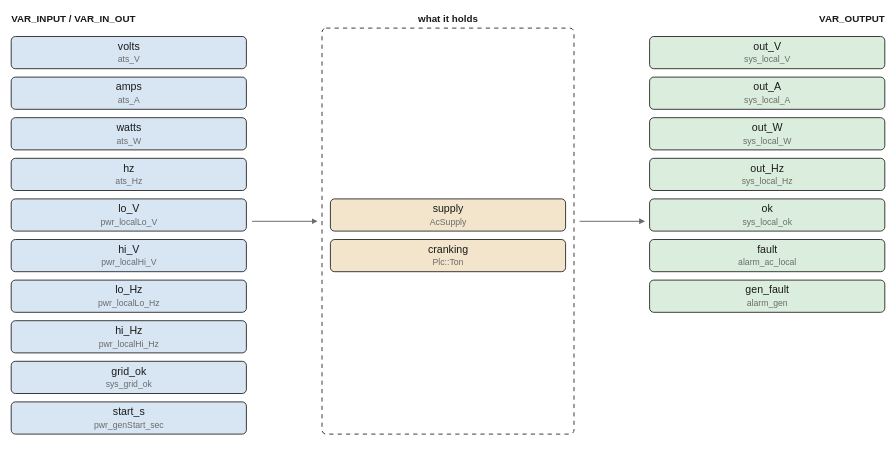
pstch/botanik2 keeps this draw.io diagram as images/logic/ac_local_watch.drawio.svg. Above is the earlier version. Source tidied: cells renumbered, new cells last; positions are measured from the earlier drawing's top-left corner, leaving out a move shared by most shapes. Its diagram source:
```xml
<mxGraphModel>
  <root>
    <mxCell id="0" />
    <mxCell id="1" parent="0" />
    <mxCell id="2" value="VAR_INPUT / VAR_IN_OUT" style="text;html=1;fontSize=7;fontColor=#1a1a1a;align=left;fontStyle=1;" parent="1" vertex="1">
      <mxGeometry width="110" height="11" as="geometry" />
    </mxCell>
    <mxCell id="3" value="what it holds" style="text;html=1;fontSize=7;fontColor=#1a1a1a;align=center;fontStyle=1;" parent="1" vertex="1">
      <mxGeometry x="312" width="65" height="11" as="geometry" />
    </mxCell>
    <mxCell id="4" value="VAR_OUTPUT" style="text;html=1;fontSize=7;fontColor=#1a1a1a;align=left;fontStyle=1;" parent="1" vertex="1">
      <mxGeometry x="624" width="50" height="11" as="geometry" />
    </mxCell>
    <mxCell id="5" value="volts" style="rounded=1;fillColor=#d8e6f3;strokeColor=#1a1a1a;whiteSpace=wrap;html=1;fontSize=8;" parent="1" vertex="1">
      <mxGeometry y="17" width="168" height="23" as="geometry" />
    </mxCell>
    <mxCell id="6" value="amps" style="rounded=1;fillColor=#d8e6f3;strokeColor=#1a1a1a;whiteSpace=wrap;html=1;fontSize=8;" parent="1" vertex="1">
      <mxGeometry y="46" width="168" height="23" as="geometry" />
    </mxCell>
    <mxCell id="7" value="watts" style="rounded=1;fillColor=#d8e6f3;strokeColor=#1a1a1a;whiteSpace=wrap;html=1;fontSize=8;" parent="1" vertex="1">
      <mxGeometry y="75" width="168" height="23" as="geometry" />
    </mxCell>
    <mxCell id="8" value="hz" style="rounded=1;fillColor=#d8e6f3;strokeColor=#1a1a1a;whiteSpace=wrap;html=1;fontSize=8;" parent="1" vertex="1">
      <mxGeometry y="104" width="168" height="23" as="geometry" />
    </mxCell>
    <mxCell id="9" value="lo_V" style="rounded=1;fillColor=#d8e6f3;strokeColor=#1a1a1a;whiteSpace=wrap;html=1;fontSize=8;" parent="1" vertex="1">
      <mxGeometry y="133" width="168" height="23" as="geometry" />
    </mxCell>
    <mxCell id="10" value="hi_V" style="rounded=1;fillColor=#d8e6f3;strokeColor=#1a1a1a;whiteSpace=wrap;html=1;fontSize=8;" parent="1" vertex="1">
      <mxGeometry y="162" width="168" height="23" as="geometry" />
    </mxCell>
    <mxCell id="11" value="lo_Hz" style="rounded=1;fillColor=#d8e6f3;strokeColor=#1a1a1a;whiteSpace=wrap;html=1;fontSize=8;" parent="1" vertex="1">
      <mxGeometry y="191" width="168" height="23" as="geometry" />
    </mxCell>
    <mxCell id="12" value="hi_Hz" style="rounded=1;fillColor=#d8e6f3;strokeColor=#1a1a1a;whiteSpace=wrap;html=1;fontSize=8;" parent="1" vertex="1">
      <mxGeometry y="220" width="168" height="23" as="geometry" />
    </mxCell>
    <mxCell id="13" value="grid_ok" style="rounded=1;fillColor=#d8e6f3;strokeColor=#1a1a1a;whiteSpace=wrap;html=1;fontSize=8;" parent="1" vertex="1">
      <mxGeometry y="249" width="168" height="23" as="geometry" />
    </mxCell>
    <mxCell id="14" value="start_s" style="rounded=1;fillColor=#d8e6f3;strokeColor=#1a1a1a;whiteSpace=wrap;html=1;fontSize=8;" parent="1" vertex="1">
      <mxGeometry y="278" width="168" height="23" as="geometry" />
    </mxCell>
    <mxCell id="15" value="out_V" style="rounded=1;fillColor=#dbeedd;strokeColor=#1a1a1a;whiteSpace=wrap;html=1;fontSize=8;" parent="1" vertex="1">
      <mxGeometry x="456" y="17" width="168" height="23" as="geometry" />
    </mxCell>
    <mxCell id="16" value="out_A" style="rounded=1;fillColor=#dbeedd;strokeColor=#1a1a1a;whiteSpace=wrap;html=1;fontSize=8;" parent="1" vertex="1">
      <mxGeometry x="456" y="46" width="168" height="23" as="geometry" />
    </mxCell>
    <mxCell id="17" value="out_W" style="rounded=1;fillColor=#dbeedd;strokeColor=#1a1a1a;whiteSpace=wrap;html=1;fontSize=8;" parent="1" vertex="1">
      <mxGeometry x="456" y="75" width="168" height="23" as="geometry" />
    </mxCell>
    <mxCell id="18" value="out_Hz" style="rounded=1;fillColor=#dbeedd;strokeColor=#1a1a1a;whiteSpace=wrap;html=1;fontSize=8;" parent="1" vertex="1">
      <mxGeometry x="456" y="104" width="168" height="23" as="geometry" />
    </mxCell>
    <mxCell id="19" value="ok" style="rounded=1;fillColor=#dbeedd;strokeColor=#1a1a1a;whiteSpace=wrap;html=1;fontSize=8;" parent="1" vertex="1">
      <mxGeometry x="456" y="133" width="168" height="23" as="geometry" />
    </mxCell>
    <mxCell id="20" value="fault" style="rounded=1;fillColor=#dbeedd;strokeColor=#1a1a1a;whiteSpace=wrap;html=1;fontSize=8;" parent="1" vertex="1">
      <mxGeometry x="456" y="162" width="168" height="23" as="geometry" />
    </mxCell>
    <mxCell id="21" value="gen_fault" style="rounded=1;fillColor=#dbeedd;strokeColor=#1a1a1a;whiteSpace=wrap;html=1;fontSize=8;" parent="1" vertex="1">
      <mxGeometry x="456" y="191" width="168" height="23" as="geometry" />
    </mxCell>
    <mxCell id="22" style="rounded=1;fillColor=#ffffff;strokeColor=#1a1a1a;whiteSpace=wrap;html=1;fontSize=8;dashed=1;" parent="1" vertex="1">
      <mxGeometry x="222" y="11" width="180" height="290" as="geometry" />
    </mxCell>
    <mxCell id="23" value="supply" style="rounded=1;fillColor=#f2e5cc;strokeColor=#1a1a1a;whiteSpace=wrap;html=1;fontSize=8;" parent="1" vertex="1">
      <mxGeometry x="228" y="133" width="168" height="23" as="geometry" />
    </mxCell>
    <mxCell id="24" value="cranking" style="rounded=1;fillColor=#f2e5cc;strokeColor=#1a1a1a;whiteSpace=wrap;html=1;fontSize=8;" parent="1" vertex="1">
      <mxGeometry x="228" y="162" width="168" height="23" as="geometry" />
    </mxCell>
    <mxCell id="25" style="edgeStyle=none;html=1;strokeColor=#6b6b6b;endArrow=block;" parent="1" edge="1">
      <mxGeometry relative="1" as="geometry">
        <mxPoint x="172" y="149" as="sourcePoint" />
        <mxPoint x="218" y="149" as="targetPoint" />
      </mxGeometry>
    </mxCell>
    <mxCell id="26" style="edgeStyle=none;html=1;strokeColor=#6b6b6b;endArrow=block;" parent="1" edge="1">
      <mxGeometry relative="1" as="geometry">
        <mxPoint x="406" y="149" as="sourcePoint" />
        <mxPoint x="452" y="149" as="targetPoint" />
      </mxGeometry>
    </mxCell>
  </root>
</mxGraphModel>
```
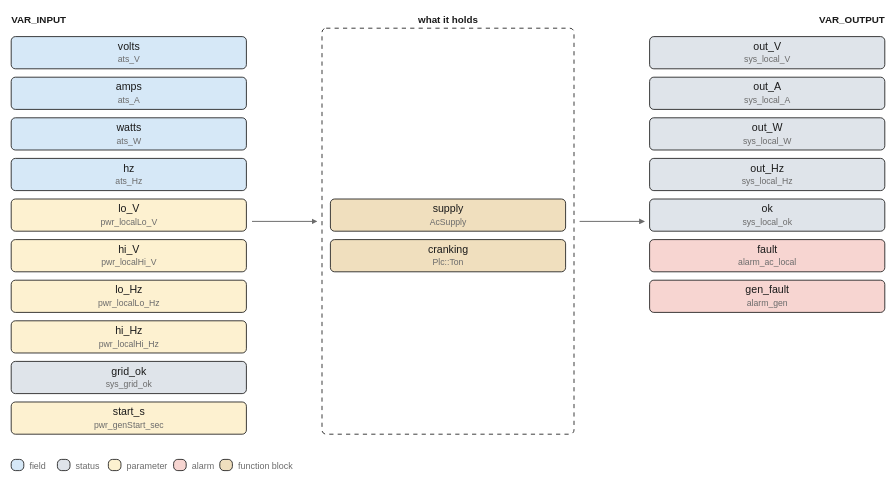
The same file after the commit.

Change to the diagram source:
```diff
@@ -2,8 +2,8 @@
   <root>
     <mxCell id="0" />
     <mxCell id="1" parent="0" />
-    <mxCell id="2" value="VAR_INPUT / VAR_IN_OUT" style="text;html=1;fontSize=7;fontColor=#1a1a1a;align=left;fontStyle=1;" parent="1" vertex="1">
-      <mxGeometry width="110" height="11" as="geometry" />
+    <mxCell id="2" value="VAR_INPUT" style="text;html=1;fontSize=7;fontColor=#1a1a1a;align=left;fontStyle=1;" parent="1" vertex="1">
+      <mxGeometry width="45" height="11" as="geometry" />
     </mxCell>
     <mxCell id="3" value="what it holds" style="text;html=1;fontSize=7;fontColor=#1a1a1a;align=center;fontStyle=1;" parent="1" vertex="1">
       <mxGeometry x="312" width="65" height="11" as="geometry" />
@@ -11,64 +11,64 @@
     <mxCell id="4" value="VAR_OUTPUT" style="text;html=1;fontSize=7;fontColor=#1a1a1a;align=left;fontStyle=1;" parent="1" vertex="1">
       <mxGeometry x="624" width="50" height="11" as="geometry" />
     </mxCell>
-    <mxCell id="5" value="volts" style="rounded=1;fillColor=#d8e6f3;strokeColor=#1a1a1a;whiteSpace=wrap;html=1;fontSize=8;" parent="1" vertex="1">
+    <mxCell id="5" value="volts" style="rounded=1;fillColor=#d6e8f7;strokeColor=#1a1a1a;whiteSpace=wrap;html=1;fontSize=8;" parent="1" vertex="1">
       <mxGeometry y="17" width="168" height="23" as="geometry" />
     </mxCell>
-    <mxCell id="6" value="amps" style="rounded=1;fillColor=#d8e6f3;strokeColor=#1a1a1a;whiteSpace=wrap;html=1;fontSize=8;" parent="1" vertex="1">
+    <mxCell id="6" value="amps" style="rounded=1;fillColor=#d6e8f7;strokeColor=#1a1a1a;whiteSpace=wrap;html=1;fontSize=8;" parent="1" vertex="1">
       <mxGeometry y="46" width="168" height="23" as="geometry" />
     </mxCell>
-    <mxCell id="7" value="watts" style="rounded=1;fillColor=#d8e6f3;strokeColor=#1a1a1a;whiteSpace=wrap;html=1;fontSize=8;" parent="1" vertex="1">
+    <mxCell id="7" value="watts" style="rounded=1;fillColor=#d6e8f7;strokeColor=#1a1a1a;whiteSpace=wrap;html=1;fontSize=8;" parent="1" vertex="1">
       <mxGeometry y="75" width="168" height="23" as="geometry" />
     </mxCell>
-    <mxCell id="8" value="hz" style="rounded=1;fillColor=#d8e6f3;strokeColor=#1a1a1a;whiteSpace=wrap;html=1;fontSize=8;" parent="1" vertex="1">
+    <mxCell id="8" value="hz" style="rounded=1;fillColor=#d6e8f7;strokeColor=#1a1a1a;whiteSpace=wrap;html=1;fontSize=8;" parent="1" vertex="1">
       <mxGeometry y="104" width="168" height="23" as="geometry" />
     </mxCell>
-    <mxCell id="9" value="lo_V" style="rounded=1;fillColor=#d8e6f3;strokeColor=#1a1a1a;whiteSpace=wrap;html=1;fontSize=8;" parent="1" vertex="1">
+    <mxCell id="9" value="lo_V" style="rounded=1;fillColor=#fdf1d0;strokeColor=#1a1a1a;whiteSpace=wrap;html=1;fontSize=8;" parent="1" vertex="1">
       <mxGeometry y="133" width="168" height="23" as="geometry" />
     </mxCell>
-    <mxCell id="10" value="hi_V" style="rounded=1;fillColor=#d8e6f3;strokeColor=#1a1a1a;whiteSpace=wrap;html=1;fontSize=8;" parent="1" vertex="1">
+    <mxCell id="10" value="hi_V" style="rounded=1;fillColor=#fdf1d0;strokeColor=#1a1a1a;whiteSpace=wrap;html=1;fontSize=8;" parent="1" vertex="1">
       <mxGeometry y="162" width="168" height="23" as="geometry" />
     </mxCell>
-    <mxCell id="11" value="lo_Hz" style="rounded=1;fillColor=#d8e6f3;strokeColor=#1a1a1a;whiteSpace=wrap;html=1;fontSize=8;" parent="1" vertex="1">
+    <mxCell id="11" value="lo_Hz" style="rounded=1;fillColor=#fdf1d0;strokeColor=#1a1a1a;whiteSpace=wrap;html=1;fontSize=8;" parent="1" vertex="1">
       <mxGeometry y="191" width="168" height="23" as="geometry" />
     </mxCell>
-    <mxCell id="12" value="hi_Hz" style="rounded=1;fillColor=#d8e6f3;strokeColor=#1a1a1a;whiteSpace=wrap;html=1;fontSize=8;" parent="1" vertex="1">
+    <mxCell id="12" value="hi_Hz" style="rounded=1;fillColor=#fdf1d0;strokeColor=#1a1a1a;whiteSpace=wrap;html=1;fontSize=8;" parent="1" vertex="1">
       <mxGeometry y="220" width="168" height="23" as="geometry" />
     </mxCell>
-    <mxCell id="13" value="grid_ok" style="rounded=1;fillColor=#d8e6f3;strokeColor=#1a1a1a;whiteSpace=wrap;html=1;fontSize=8;" parent="1" vertex="1">
+    <mxCell id="13" value="grid_ok" style="rounded=1;fillColor=#dfe4ea;strokeColor=#1a1a1a;whiteSpace=wrap;html=1;fontSize=8;" parent="1" vertex="1">
       <mxGeometry y="249" width="168" height="23" as="geometry" />
     </mxCell>
-    <mxCell id="14" value="start_s" style="rounded=1;fillColor=#d8e6f3;strokeColor=#1a1a1a;whiteSpace=wrap;html=1;fontSize=8;" parent="1" vertex="1">
+    <mxCell id="14" value="start_s" style="rounded=1;fillColor=#fdf1d0;strokeColor=#1a1a1a;whiteSpace=wrap;html=1;fontSize=8;" parent="1" vertex="1">
       <mxGeometry y="278" width="168" height="23" as="geometry" />
     </mxCell>
-    <mxCell id="15" value="out_V" style="rounded=1;fillColor=#dbeedd;strokeColor=#1a1a1a;whiteSpace=wrap;html=1;fontSize=8;" parent="1" vertex="1">
+    <mxCell id="15" value="out_V" style="rounded=1;fillColor=#dfe4ea;strokeColor=#1a1a1a;whiteSpace=wrap;html=1;fontSize=8;" parent="1" vertex="1">
       <mxGeometry x="456" y="17" width="168" height="23" as="geometry" />
     </mxCell>
-    <mxCell id="16" value="out_A" style="rounded=1;fillColor=#dbeedd;strokeColor=#1a1a1a;whiteSpace=wrap;html=1;fontSize=8;" parent="1" vertex="1">
+    <mxCell id="16" value="out_A" style="rounded=1;fillColor=#dfe4ea;strokeColor=#1a1a1a;whiteSpace=wrap;html=1;fontSize=8;" parent="1" vertex="1">
       <mxGeometry x="456" y="46" width="168" height="23" as="geometry" />
     </mxCell>
-    <mxCell id="17" value="out_W" style="rounded=1;fillColor=#dbeedd;strokeColor=#1a1a1a;whiteSpace=wrap;html=1;fontSize=8;" parent="1" vertex="1">
+    <mxCell id="17" value="out_W" style="rounded=1;fillColor=#dfe4ea;strokeColor=#1a1a1a;whiteSpace=wrap;html=1;fontSize=8;" parent="1" vertex="1">
       <mxGeometry x="456" y="75" width="168" height="23" as="geometry" />
     </mxCell>
-    <mxCell id="18" value="out_Hz" style="rounded=1;fillColor=#dbeedd;strokeColor=#1a1a1a;whiteSpace=wrap;html=1;fontSize=8;" parent="1" vertex="1">
+    <mxCell id="18" value="out_Hz" style="rounded=1;fillColor=#dfe4ea;strokeColor=#1a1a1a;whiteSpace=wrap;html=1;fontSize=8;" parent="1" vertex="1">
       <mxGeometry x="456" y="104" width="168" height="23" as="geometry" />
     </mxCell>
-    <mxCell id="19" value="ok" style="rounded=1;fillColor=#dbeedd;strokeColor=#1a1a1a;whiteSpace=wrap;html=1;fontSize=8;" parent="1" vertex="1">
+    <mxCell id="19" value="ok" style="rounded=1;fillColor=#dfe4ea;strokeColor=#1a1a1a;whiteSpace=wrap;html=1;fontSize=8;" parent="1" vertex="1">
       <mxGeometry x="456" y="133" width="168" height="23" as="geometry" />
     </mxCell>
-    <mxCell id="20" value="fault" style="rounded=1;fillColor=#dbeedd;strokeColor=#1a1a1a;whiteSpace=wrap;html=1;fontSize=8;" parent="1" vertex="1">
+    <mxCell id="20" value="fault" style="rounded=1;fillColor=#f7d5d1;strokeColor=#1a1a1a;whiteSpace=wrap;html=1;fontSize=8;" parent="1" vertex="1">
       <mxGeometry x="456" y="162" width="168" height="23" as="geometry" />
     </mxCell>
-    <mxCell id="21" value="gen_fault" style="rounded=1;fillColor=#dbeedd;strokeColor=#1a1a1a;whiteSpace=wrap;html=1;fontSize=8;" parent="1" vertex="1">
+    <mxCell id="21" value="gen_fault" style="rounded=1;fillColor=#f7d5d1;strokeColor=#1a1a1a;whiteSpace=wrap;html=1;fontSize=8;" parent="1" vertex="1">
       <mxGeometry x="456" y="191" width="168" height="23" as="geometry" />
     </mxCell>
     <mxCell id="22" style="rounded=1;fillColor=#ffffff;strokeColor=#1a1a1a;whiteSpace=wrap;html=1;fontSize=8;dashed=1;" parent="1" vertex="1">
       <mxGeometry x="222" y="11" width="180" height="290" as="geometry" />
     </mxCell>
-    <mxCell id="23" value="supply" style="rounded=1;fillColor=#f2e5cc;strokeColor=#1a1a1a;whiteSpace=wrap;html=1;fontSize=8;" parent="1" vertex="1">
+    <mxCell id="23" value="supply" style="rounded=1;fillColor=#f0dfbe;strokeColor=#1a1a1a;whiteSpace=wrap;html=1;fontSize=8;" parent="1" vertex="1">
       <mxGeometry x="228" y="133" width="168" height="23" as="geometry" />
     </mxCell>
-    <mxCell id="24" value="cranking" style="rounded=1;fillColor=#f2e5cc;strokeColor=#1a1a1a;whiteSpace=wrap;html=1;fontSize=8;" parent="1" vertex="1">
+    <mxCell id="24" value="cranking" style="rounded=1;fillColor=#f0dfbe;strokeColor=#1a1a1a;whiteSpace=wrap;html=1;fontSize=8;" parent="1" vertex="1">
       <mxGeometry x="228" y="162" width="168" height="23" as="geometry" />
     </mxCell>
     <mxCell id="25" style="edgeStyle=none;html=1;strokeColor=#6b6b6b;endArrow=block;" parent="1" edge="1">
@@ -83,5 +83,35 @@
         <mxPoint x="452" y="149" as="targetPoint" />
       </mxGeometry>
     </mxCell>
+    <mxCell id="27" style="rounded=1;fillColor=#d6e8f7;strokeColor=#1a1a1a;whiteSpace=wrap;html=1;fontSize=8;" parent="1" vertex="1">
+      <mxGeometry y="319" width="9" height="8" as="geometry" />
+    </mxCell>
+    <mxCell id="28" value="field" style="text;html=1;fontSize=6;fontColor=#6b6b6b;align=left;" parent="1" vertex="1">
+      <mxGeometry x="13" y="319.6" width="40" height="10.4" as="geometry" />
+    </mxCell>
+    <mxCell id="29" style="rounded=1;fillColor=#dfe4ea;strokeColor=#1a1a1a;whiteSpace=wrap;html=1;fontSize=8;" parent="1" vertex="1">
+      <mxGeometry x="33" y="319" width="9" height="8" as="geometry" />
+    </mxCell>
+    <mxCell id="30" value="status" style="text;html=1;fontSize=6;fontColor=#6b6b6b;align=left;" parent="1" vertex="1">
+      <mxGeometry x="46" y="319.6" width="40" height="10.4" as="geometry" />
+    </mxCell>
+    <mxCell id="31" style="rounded=1;fillColor=#fdf1d0;strokeColor=#1a1a1a;whiteSpace=wrap;html=1;fontSize=8;" parent="1" vertex="1">
+      <mxGeometry x="69.4" y="319" width="9" height="8" as="geometry" />
+    </mxCell>
+    <mxCell id="32" value="parameter" style="text;html=1;fontSize=6;fontColor=#6b6b6b;align=left;" parent="1" vertex="1">
+      <mxGeometry x="82.4" y="319.6" width="45" height="10.4" as="geometry" />
+    </mxCell>
+    <mxCell id="33" style="rounded=1;fillColor=#f7d5d1;strokeColor=#1a1a1a;whiteSpace=wrap;html=1;fontSize=8;" parent="1" vertex="1">
+      <mxGeometry x="116" y="319" width="9" height="8" as="geometry" />
+    </mxCell>
+    <mxCell id="34" value="alarm" style="text;html=1;fontSize=6;fontColor=#6b6b6b;align=left;" parent="1" vertex="1">
+      <mxGeometry x="129" y="319.6" width="40" height="10.4" as="geometry" />
+    </mxCell>
+    <mxCell id="35" style="rounded=1;fillColor=#f0dfbe;strokeColor=#1a1a1a;whiteSpace=wrap;html=1;fontSize=8;" parent="1" vertex="1">
+      <mxGeometry x="149" y="319" width="9" height="8" as="geometry" />
+    </mxCell>
+    <mxCell id="36" value="function block" style="text;html=1;fontSize=6;fontColor=#6b6b6b;align=left;" parent="1" vertex="1">
+      <mxGeometry x="162" y="319.6" width="70" height="10.4" as="geometry" />
+    </mxCell>
   </root>
 </mxGraphModel>
```
